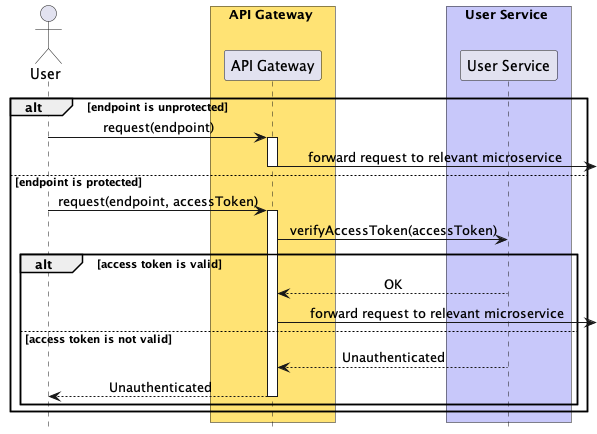
Above: project-report/images/api-gateway-authentication.png in CS3219-AY2223S1/cs3219-project-ay2223s1-g22 (PlantUML), before the change. Its diagram source:
```plantuml
@startuml abc
!include style.puml

actor "User" as User

box API Gateway API_GATEWAY_COLOR_T1
	participant "API Gateway" as APIGateway
end box

box User Service USER_SERVICE_COLOR_T1
	participant "User Service" as UserService
end box

alt endpoint is unprotected

	User -> APIGateway : request(endpoint)
	activate APIGateway

	APIGateway -> : forward request to relevant microservice
	deactivate APIGateway


else endpoint is protected

	User -> APIGateway : request(endpoint, accessToken)
	activate APIGateway
	APIGateway -> UserService : verifyAccessToken(accessToken)

	alt access token is valid
		APIGateway <-- UserService : OK
		APIGateway ->  : forward request to relevant microservice
	else access token is not valid
		APIGateway <-- UserService : Unauthenticated
		User <-- APIGateway : Unauthenticated

		deactivate APIGateway
	end

end

@enduml
```
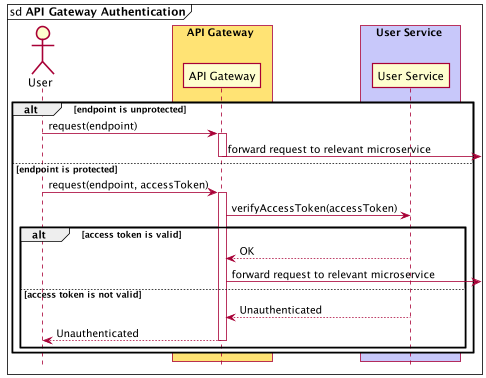
Later version of the same file.

Commit message:
Update API gateway sequence diagram with mainframe label

Change to the diagram source:
```diff
@@ -1,5 +1,7 @@
 @startuml abc
 !include style.puml
+
+mainframe sd **API Gateway Authentication**
 
 actor "User" as User
 
```
